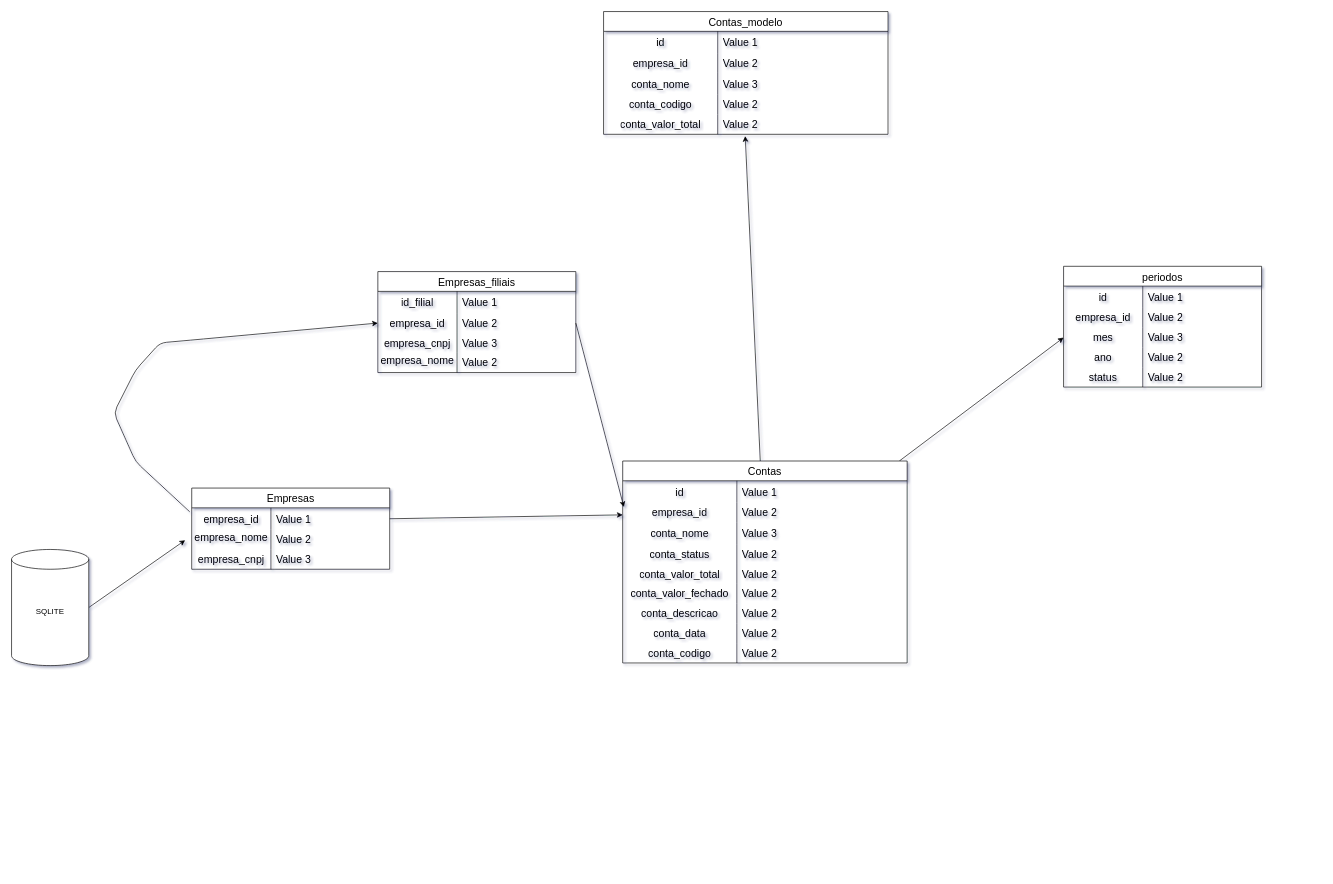
Earlier version of the draw.io diagram db.drawio (GabigolDEVPY/Gestao-DP-contabil). Source tidied: cells renumbered, new cells numbered last; positions are measured from the earlier drawing's top-left corner, leaving out a move shared by most shapes. Both pictures are drawn from the tidied source at 66%, with x=0, y=0 at pixel (11, 11).
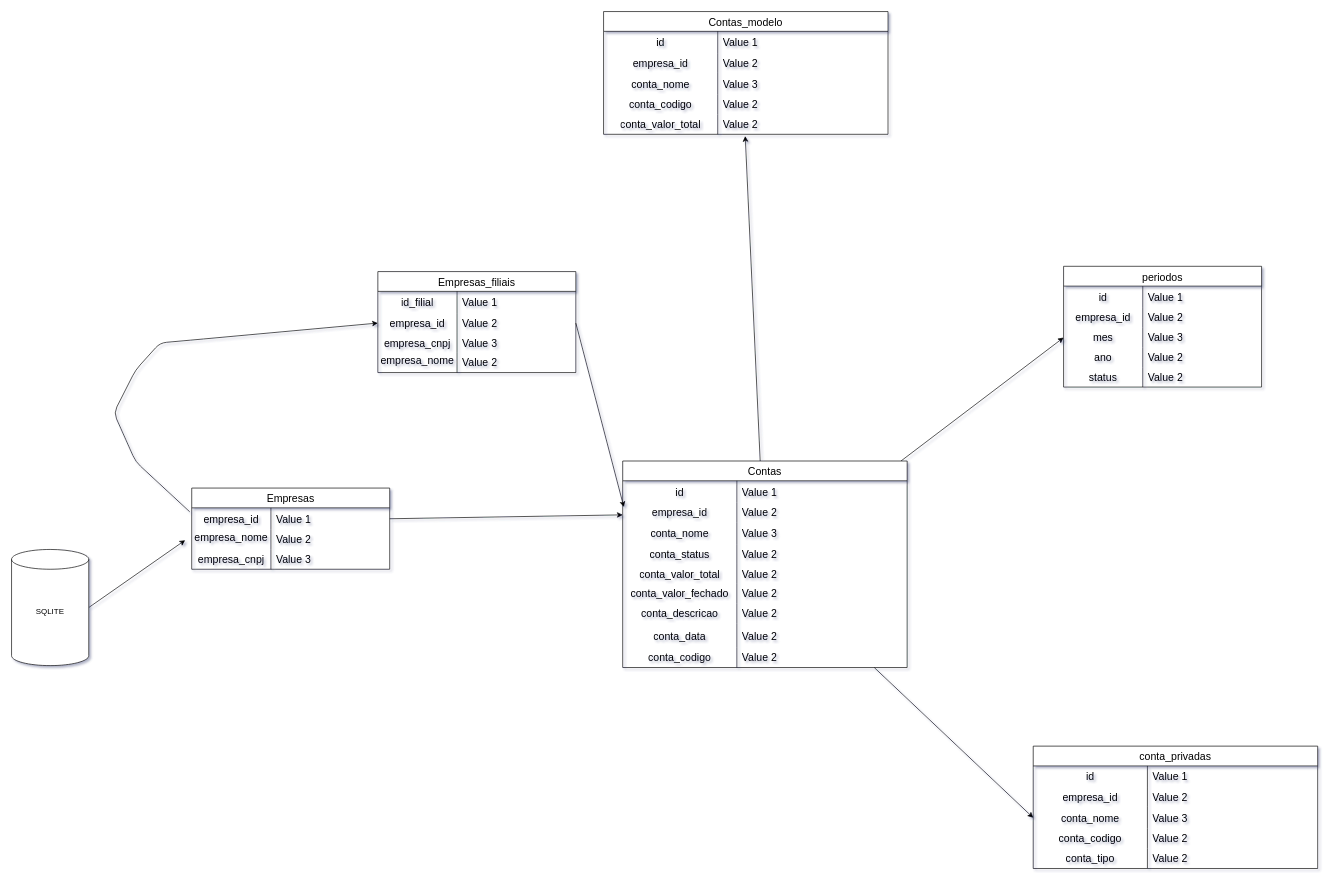
The same page after the edit.

Change to the diagram source:
```diff
@@
+    <mxCell id="92" style="edgeStyle=none;html=1;entryX=0;entryY=0.5;entryDx=0;entryDy=0;" parent="1" edge="1" source="29" target="100">
+      <mxGeometry relative="1" as="geometry" />
+    </mxCell>
     <mxCell id="29" value="Contas" style="shape=table;startSize=30;childLayout=tableLayout;rowLines=0;fontStyle=0;strokeColor=default;fontSize=16;" parent="1" vertex="1">
-      <mxGeometry x="926" y="681" width="431" height="306" as="geometry" />
+      <mxGeometry x="926" y="681" width="431" height="312.9" as="geometry" />
     </mxCell>
@@
     <mxCell id="51" style="shape=tableRow;horizontal=0;startSize=0;swimlaneHead=0;swimlaneBody=0;top=0;left=0;bottom=0;right=0;fillColor=none;strokeColor=inherit;fontSize=16;" parent="29" vertex="1">
-      <mxGeometry y="246" width="431" height="30" as="geometry" />
+      <mxGeometry y="246" width="431" height="37" as="geometry" />
     </mxCell>
     <mxCell id="52" value="&lt;div&gt;conta_data&lt;/div&gt;" style="shape=partialRectangle;html=1;whiteSpace=wrap;fillColor=none;top=0;left=0;bottom=0;right=0;overflow=hidden;strokeColor=inherit;fontSize=16;" parent="51" vertex="1">
-      <mxGeometry width="173" height="30" as="geometry" />
+      <mxGeometry width="173" height="37" as="geometry" />
     </mxCell>
     <mxCell id="53" value="Value 2" style="shape=partialRectangle;html=1;whiteSpace=wrap;fillColor=none;top=0;left=0;bottom=0;right=0;align=left;spacingLeft=6;overflow=hidden;strokeColor=inherit;fontSize=16;" parent="51" vertex="1">
-      <mxGeometry x="173" width="258" height="30" as="geometry" />
+      <mxGeometry x="173" width="258" height="37" as="geometry" />
     </mxCell>
     <mxCell id="54" style="shape=tableRow;horizontal=0;startSize=0;swimlaneHead=0;swimlaneBody=0;top=0;left=0;bottom=0;right=0;fillColor=none;strokeColor=inherit;fontSize=16;" parent="29" vertex="1">
-      <mxGeometry y="276" width="431" height="30" as="geometry" />
+      <mxGeometry y="283" width="431" height="30" as="geometry" />
     </mxCell>
@@
+    <mxCell id="93" value="conta_privadas" style="shape=table;startSize=30;childLayout=tableLayout;rowLines=0;fontStyle=0;strokeColor=default;fontSize=16;" parent="1" vertex="1">
+      <mxGeometry x="1548" y="1113" width="431" height="185.4" as="geometry" />
+    </mxCell>
+    <mxCell id="94" style="shape=tableRow;horizontal=0;startSize=0;swimlaneHead=0;swimlaneBody=0;top=0;left=0;bottom=0;right=0;fillColor=none;strokeColor=inherit;fontSize=16;" parent="93" vertex="1">
+      <mxGeometry y="30" width="431" height="32" as="geometry" />
+    </mxCell>
+    <mxCell id="95" value="id" style="shape=partialRectangle;html=1;whiteSpace=wrap;fillColor=none;top=0;left=0;bottom=0;right=0;overflow=hidden;strokeColor=inherit;fontSize=16;" parent="94" vertex="1">
+      <mxGeometry width="173" height="32" as="geometry" />
+    </mxCell>
+    <mxCell id="96" value="Value 1" style="shape=partialRectangle;html=1;whiteSpace=wrap;fillColor=none;top=0;left=0;bottom=0;right=0;align=left;spacingLeft=6;overflow=hidden;strokeColor=inherit;fontSize=16;" parent="94" vertex="1">
+      <mxGeometry x="173" width="258" height="32" as="geometry" />
+    </mxCell>
+    <mxCell id="97" style="shape=tableRow;horizontal=0;startSize=0;swimlaneHead=0;swimlaneBody=0;top=0;left=0;bottom=0;right=0;fillColor=none;strokeColor=inherit;fontSize=16;" parent="93" vertex="1">
+      <mxGeometry y="62" width="431" height="30" as="geometry" />
+    </mxCell>
+    <mxCell id="98" value="empresa_id" style="shape=partialRectangle;html=1;whiteSpace=wrap;fillColor=none;top=0;left=0;bottom=0;right=0;overflow=hidden;strokeColor=inherit;fontSize=16;" parent="97" vertex="1">
+      <mxGeometry width="173" height="30" as="geometry" />
+    </mxCell>
+    <mxCell id="99" value="Value 2" style="shape=partialRectangle;html=1;whiteSpace=wrap;fillColor=none;top=0;left=0;bottom=0;right=0;align=left;spacingLeft=6;overflow=hidden;strokeColor=inherit;fontSize=16;" parent="97" vertex="1">
+      <mxGeometry x="173" width="258" height="30" as="geometry" />
+    </mxCell>
+    <mxCell id="100" style="shape=tableRow;horizontal=0;startSize=0;swimlaneHead=0;swimlaneBody=0;top=0;left=0;bottom=0;right=0;fillColor=none;points=[[0,0.5],[1,0.5]];portConstraint=eastwest;strokeColor=inherit;fontSize=16;" parent="93" vertex="1">
+      <mxGeometry y="92" width="431" height="33" as="geometry" />
+    </mxCell>
+    <mxCell id="101" value="conta_nome" style="shape=partialRectangle;html=1;whiteSpace=wrap;fillColor=none;top=0;left=0;bottom=0;right=0;overflow=hidden;strokeColor=inherit;fontSize=16;" parent="100" vertex="1">
+      <mxGeometry width="173" height="33" as="geometry" />
+    </mxCell>
+    <mxCell id="102" value="Value 3" style="shape=partialRectangle;html=1;whiteSpace=wrap;fillColor=none;top=0;left=0;bottom=0;right=0;align=left;spacingLeft=6;overflow=hidden;strokeColor=inherit;fontSize=16;" parent="100" vertex="1">
+      <mxGeometry x="173" width="258" height="33" as="geometry" />
+    </mxCell>
+    <mxCell id="103" style="shape=tableRow;horizontal=0;startSize=0;swimlaneHead=0;swimlaneBody=0;top=0;left=0;bottom=0;right=0;fillColor=none;strokeColor=inherit;fontSize=16;" parent="93" vertex="1">
+      <mxGeometry y="125" width="431" height="30" as="geometry" />
+    </mxCell>
+    <mxCell id="104" value="&lt;div&gt;conta_codigo&lt;/div&gt;" style="shape=partialRectangle;html=1;whiteSpace=wrap;fillColor=none;top=0;left=0;bottom=0;right=0;overflow=hidden;strokeColor=inherit;fontSize=16;" parent="103" vertex="1">
+      <mxGeometry width="173" height="30" as="geometry" />
+    </mxCell>
+    <mxCell id="105" value="Value 2" style="shape=partialRectangle;html=1;whiteSpace=wrap;fillColor=none;top=0;left=0;bottom=0;right=0;align=left;spacingLeft=6;overflow=hidden;strokeColor=inherit;fontSize=16;" parent="103" vertex="1">
+      <mxGeometry x="173" width="258" height="30" as="geometry" />
+    </mxCell>
+    <mxCell id="106" style="shape=tableRow;horizontal=0;startSize=0;swimlaneHead=0;swimlaneBody=0;top=0;left=0;bottom=0;right=0;fillColor=none;strokeColor=inherit;fontSize=16;" parent="93" vertex="1">
+      <mxGeometry y="155" width="431" height="30" as="geometry" />
+    </mxCell>
+    <mxCell id="107" value="conta_tipo" style="shape=partialRectangle;html=1;whiteSpace=wrap;fillColor=none;top=0;left=0;bottom=0;right=0;overflow=hidden;strokeColor=inherit;fontSize=16;" parent="106" vertex="1">
+      <mxGeometry width="173" height="30" as="geometry" />
+    </mxCell>
+    <mxCell id="108" value="Value 2" style="shape=partialRectangle;html=1;whiteSpace=wrap;fillColor=none;top=0;left=0;bottom=0;right=0;align=left;spacingLeft=6;overflow=hidden;strokeColor=inherit;fontSize=16;" parent="106" vertex="1">
+      <mxGeometry x="173" width="258" height="30" as="geometry" />
+    </mxCell>
```
